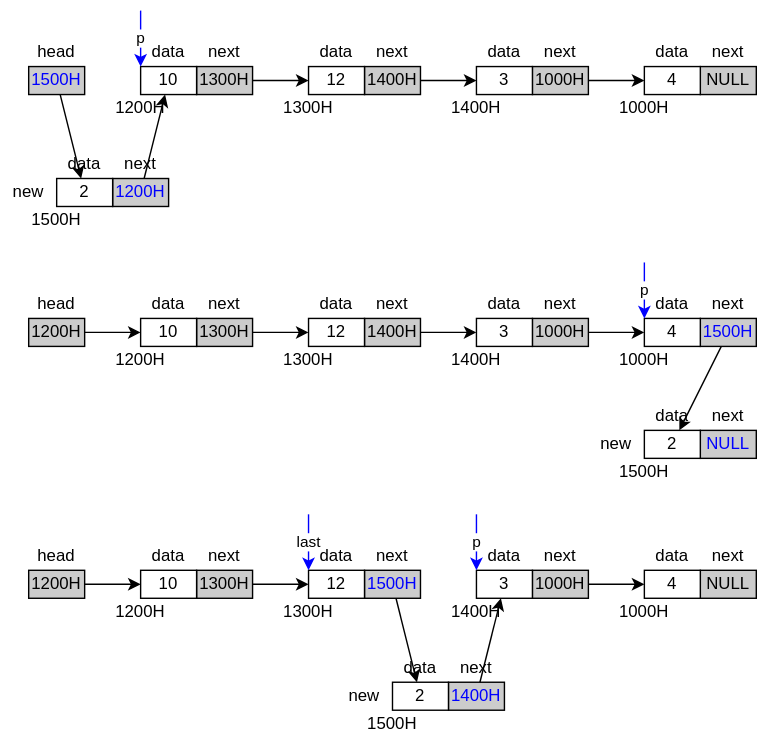
cs-course/marp-public keeps this draw.io diagram as images/c-struct-list-8.svg. Above is the earlier version. Source tidied: cells renumbered, new cells last; positions are measured from the earlier drawing's top-left corner, leaving out a move shared by most shapes.
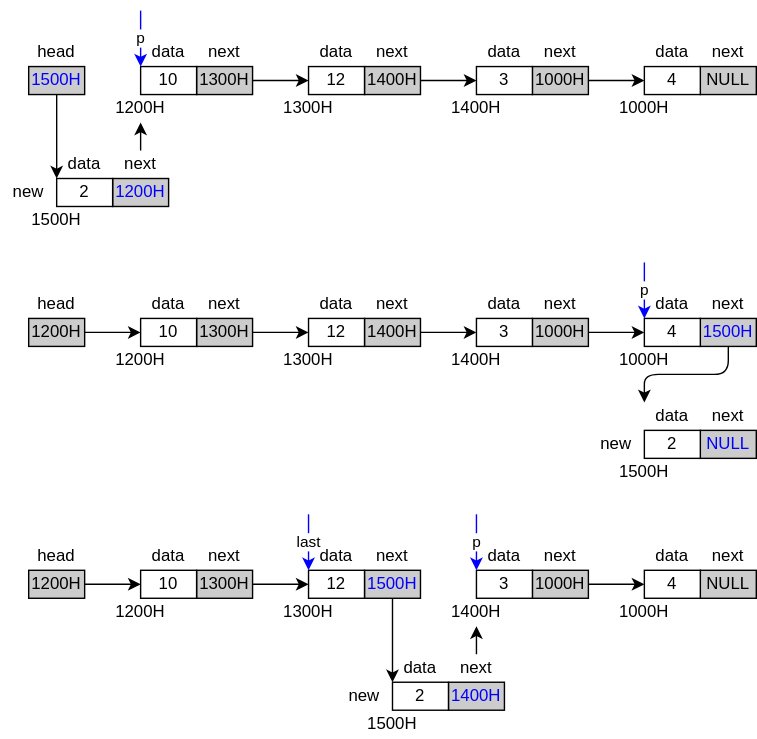
Above is the later version.

The edit, as a diff of the source:
```diff
@@ -32,7 +32,7 @@
     <mxCell id="11" value="head" style="text;html=1;strokeColor=none;fillColor=none;align=center;verticalAlign=middle;whiteSpace=wrap;rounded=0;" parent="1" vertex="1">
       <mxGeometry x="20" y="20" width="40" height="20" as="geometry" />
     </mxCell>
-    <mxCell id="12" style="endArrow=classic;html=1;" parent="1" edge="1" source="13" target="63">
+    <mxCell id="12" style="endArrow=classic;html=1;entryX=0;entryY=1;entryDx=0;entryDy=0;" parent="1" edge="1" source="13" target="69">
       <mxGeometry relative="1" as="geometry" />
     </mxCell>
     <mxCell id="13" value="1500H" style="rounded=0;whiteSpace=wrap;html=1;fillColor=#CCCCCC;fontColor=#0000FF;" parent="1" vertex="1">
@@ -174,10 +174,10 @@
         <mxPoint x="220" y="360" as="sourcePoint" />
       </mxGeometry>
     </mxCell>
-    <mxCell id="58" style="endArrow=classic;html=1;" parent="1" edge="1" source="31" target="52">
+    <mxCell id="58" style="endArrow=classic;html=1;entryX=0;entryY=1;entryDx=0;entryDy=0;" parent="1" edge="1" source="31" target="60">
       <mxGeometry relative="1" as="geometry" />
     </mxCell>
-    <mxCell id="59" style="endArrow=classic;html=1;" parent="1" edge="1" source="51" target="40">
+    <mxCell id="59" style="endArrow=classic;html=1;" parent="1" edge="1" source="61" target="55">
       <mxGeometry relative="1" as="geometry" />
     </mxCell>
     <mxCell id="60" value="data" style="text;html=1;strokeColor=none;fillColor=none;align=center;verticalAlign=middle;whiteSpace=wrap;rounded=0;" parent="1" vertex="1">
@@ -203,7 +203,7 @@
         <mxPoint x="100" as="sourcePoint" />
       </mxGeometry>
     </mxCell>
-    <mxCell id="67" style="endArrow=classic;html=1;" parent="1" edge="1" source="62" target="3">
+    <mxCell id="67" style="endArrow=classic;html=1;" parent="1" edge="1" source="70" target="68">
       <mxGeometry relative="1" as="geometry" />
     </mxCell>
     <mxCell id="68" value="1200H" style="text;html=1;strokeColor=none;fillColor=none;align=center;verticalAlign=middle;whiteSpace=wrap;rounded=0;" parent="1" vertex="1">
@@ -298,7 +298,7 @@
         <mxPoint x="460" y="180" as="sourcePoint" />
       </mxGeometry>
     </mxCell>
-    <mxCell id="98" style="endArrow=classic;html=1;" parent="1" edge="1" source="84" target="94">
+    <mxCell id="98" style="endArrow=classic;html=1;entryX=0;entryY=0;entryDx=0;entryDy=0;edgeStyle=orthogonalEdgeStyle;" parent="1" edge="1" source="84" target="100">
       <mxGeometry relative="1" as="geometry" />
     </mxCell>
     <mxCell id="99" value="1200H" style="text;html=1;strokeColor=none;fillColor=none;align=center;verticalAlign=middle;whiteSpace=wrap;rounded=0;" parent="1" vertex="1">
```
